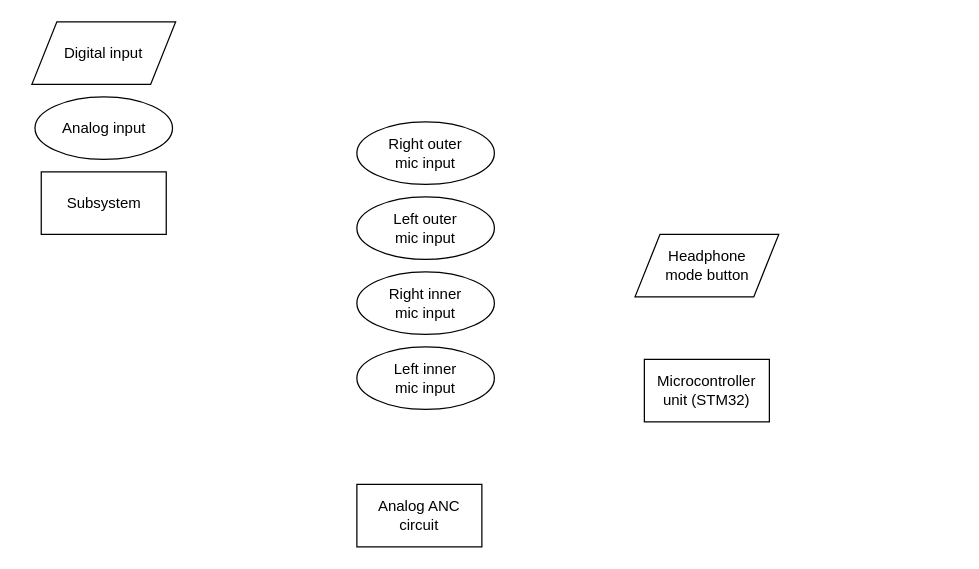
Earlier version of the draw.io diagram Anura_Electrical_System.drawio (Rosnel14/Anura-Headphones). Source tidied: cells renumbered, new cells numbered last; positions are measured from the earlier drawing's top-left corner, leaving out a move shared by most shapes. Both pictures are drawn from the tidied source at 125%, with x=0, y=0 at pixel (31, 21).
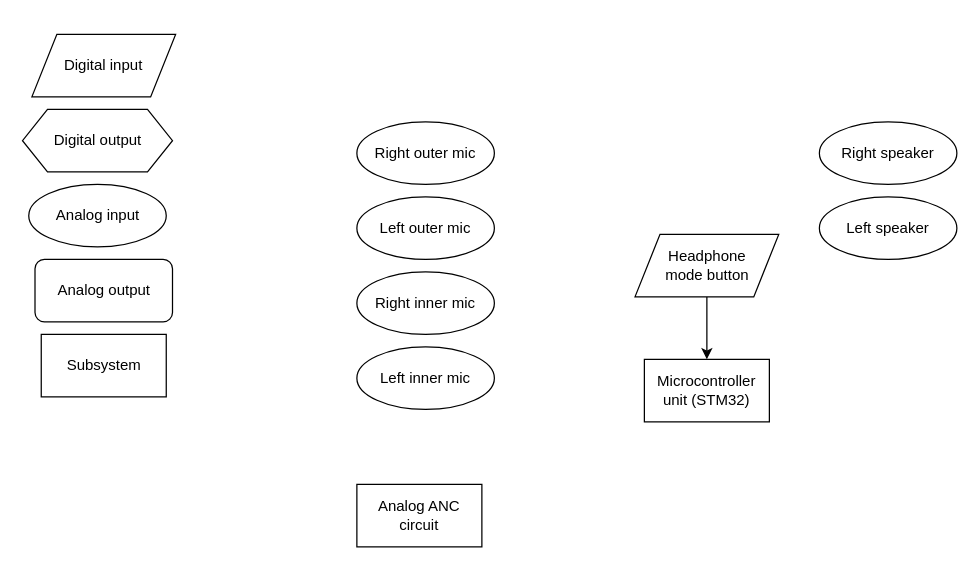
After the change.

Commit message:
block diagram stuff

What changed in the source:
```diff
@@
 <mxGraphModel>
   <root>
     <mxCell id="0" />
     <mxCell id="1" parent="0" />
     <mxCell id="2" value="Analog input" style="ellipse;whiteSpace=wrap;html=1;" parent="1" vertex="1">
-      <mxGeometry x="2.5" y="60" width="110" height="50" as="geometry" />
+      <mxGeometry x="-2.5" y="130" width="110" height="50" as="geometry" />
     </mxCell>
     <mxCell id="3" value="Digital input" style="shape=parallelogram;perimeter=parallelogramPerimeter;whiteSpace=wrap;html=1;fixedSize=1;" parent="1" vertex="1">
-      <mxGeometry width="115" height="50" as="geometry" />
+      <mxGeometry y="10" width="115" height="50" as="geometry" />
     </mxCell>
     <mxCell id="4" value="Subsystem" style="rounded=0;whiteSpace=wrap;html=1;" parent="1" vertex="1">
-      <mxGeometry x="7.5" y="120" width="100" height="50" as="geometry" />
+      <mxGeometry x="7.5" y="250" width="100" height="50" as="geometry" />
     </mxCell>
-    <mxCell id="5" value="Right outer&lt;div&gt;mic input&lt;/div&gt;" style="ellipse;whiteSpace=wrap;html=1;" parent="1" vertex="1">
+    <mxCell id="5" value="Right outer&amp;nbsp;&lt;span style=&quot;background-color: transparent; color: light-dark(rgb(0, 0, 0), rgb(255, 255, 255));&quot;&gt;mic&lt;/span&gt;" style="ellipse;whiteSpace=wrap;html=1;" parent="1" vertex="1">
       <mxGeometry x="260" y="80" width="110" height="50" as="geometry" />
     </mxCell>
-    <mxCell id="6" value="Left outer&lt;div&gt;mic input&lt;/div&gt;" style="ellipse;whiteSpace=wrap;html=1;" parent="1" vertex="1">
+    <mxCell id="6" value="Left outer&amp;nbsp;&lt;span style=&quot;background-color: transparent; color: light-dark(rgb(0, 0, 0), rgb(255, 255, 255));&quot;&gt;mic&lt;/span&gt;" style="ellipse;whiteSpace=wrap;html=1;" parent="1" vertex="1">
       <mxGeometry x="260" y="140" width="110" height="50" as="geometry" />
     </mxCell>
-    <mxCell id="7" value="Left inner&lt;div&gt;mic input&lt;/div&gt;" style="ellipse;whiteSpace=wrap;html=1;" parent="1" vertex="1">
+    <mxCell id="7" value="Left inner&amp;nbsp;&lt;span style=&quot;background-color: transparent; color: light-dark(rgb(0, 0, 0), rgb(255, 255, 255));&quot;&gt;mic&lt;/span&gt;" style="ellipse;whiteSpace=wrap;html=1;" parent="1" vertex="1">
       <mxGeometry x="260" y="260" width="110" height="50" as="geometry" />
     </mxCell>
-    <mxCell id="8" value="Right inner&lt;div&gt;mic input&lt;/div&gt;" style="ellipse;whiteSpace=wrap;html=1;" parent="1" vertex="1">
+    <mxCell id="8" value="Right inner&amp;nbsp;&lt;span style=&quot;background-color: transparent; color: light-dark(rgb(0, 0, 0), rgb(255, 255, 255));&quot;&gt;mic&lt;/span&gt;" style="ellipse;whiteSpace=wrap;html=1;" parent="1" vertex="1">
       <mxGeometry x="260" y="200" width="110" height="50" as="geometry" />
     </mxCell>
     <mxCell id="9" value="Analog ANC circuit" style="rounded=0;whiteSpace=wrap;html=1;" parent="1" vertex="1">
       <mxGeometry x="260" y="370" width="100" height="50" as="geometry" />
     </mxCell>
     <mxCell id="10" value="Microcontroller unit (STM32)" style="rounded=0;whiteSpace=wrap;html=1;" parent="1" vertex="1">
       <mxGeometry x="490" y="270" width="100" height="50" as="geometry" />
     </mxCell>
     <mxCell id="11" value="Headphone&lt;div&gt;mode button&lt;/div&gt;" style="shape=parallelogram;perimeter=parallelogramPerimeter;whiteSpace=wrap;html=1;fixedSize=1;" parent="1" vertex="1">
       <mxGeometry x="482.5" y="170" width="115" height="50" as="geometry" />
     </mxCell>
+    <mxCell id="12" style="endArrow=classic;html=1;rounded=0;exitX=0.5;exitY=1;exitDx=0;exitDy=0;entryX=0.5;entryY=0;entryDx=0;entryDy=0;" parent="1" edge="1" source="11" target="10">
+      <mxGeometry relative="1" as="geometry" />
+    </mxCell>
+    <mxCell id="13" value="Right speaker" style="ellipse;whiteSpace=wrap;html=1;" parent="1" vertex="1">
+      <mxGeometry x="630" y="80" width="110" height="50" as="geometry" />
+    </mxCell>
+    <mxCell id="14" value="Left speaker" style="ellipse;whiteSpace=wrap;html=1;" parent="1" vertex="1">
+      <mxGeometry x="630" y="140" width="110" height="50" as="geometry" />
+    </mxCell>
+    <mxCell id="15" value="Digital output" style="shape=hexagon;perimeter=hexagonPerimeter2;whiteSpace=wrap;html=1;fixedSize=1;" parent="1" vertex="1">
+      <mxGeometry x="-7.5" y="70" width="120" height="50" as="geometry" />
+    </mxCell>
+    <mxCell id="16" value="Analog output" style="rounded=1;whiteSpace=wrap;html=1;" parent="1" vertex="1">
+      <mxGeometry x="2.5" y="190" width="110" height="50" as="geometry" />
+    </mxCell>
   </root>
 </mxGraphModel>
```
